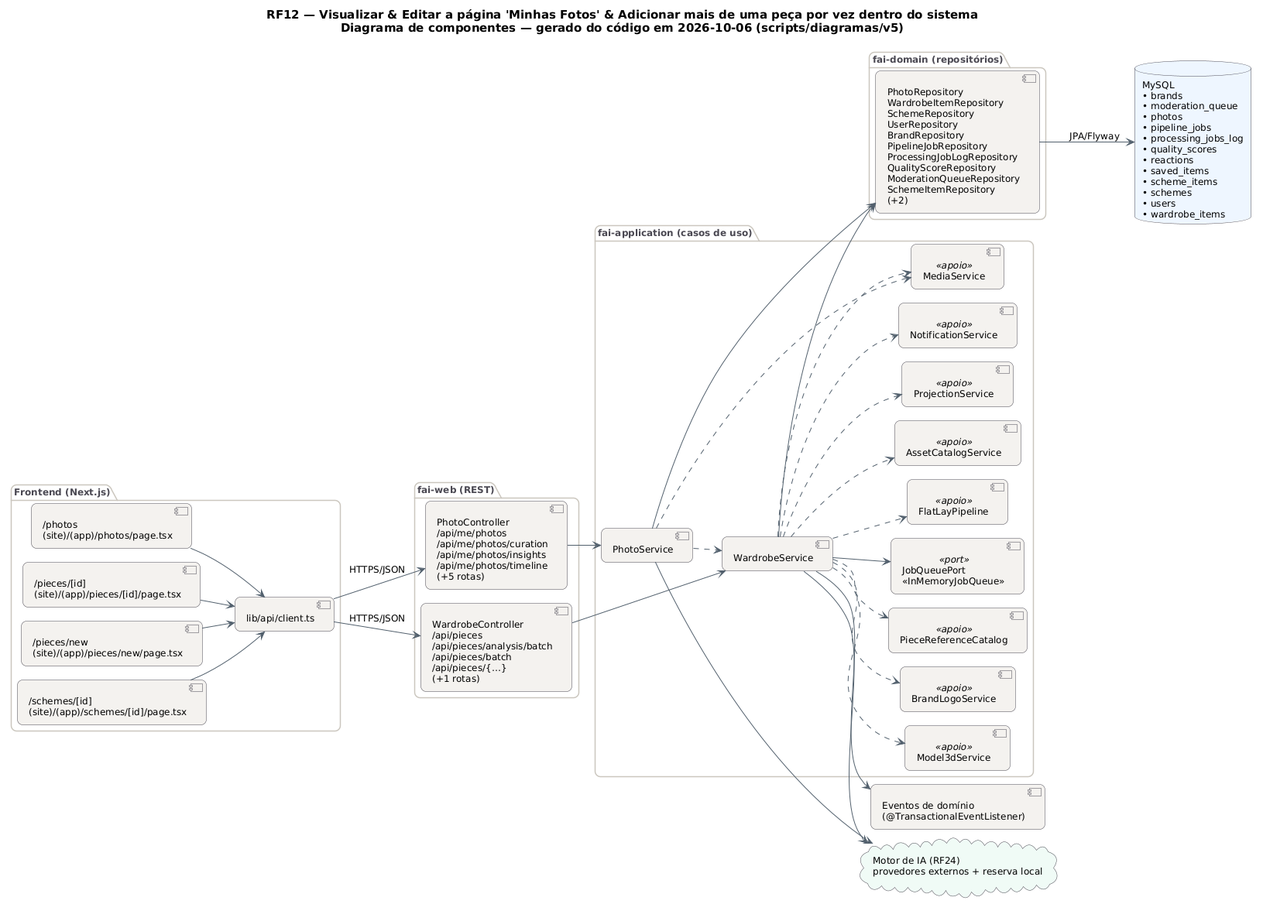
This is docs/diagramas/RF12/RF12_Componentes.png from MatheusHaliski/tcc-2026-fashion-ai-backend, a PlantUML export, as it was before one commit.
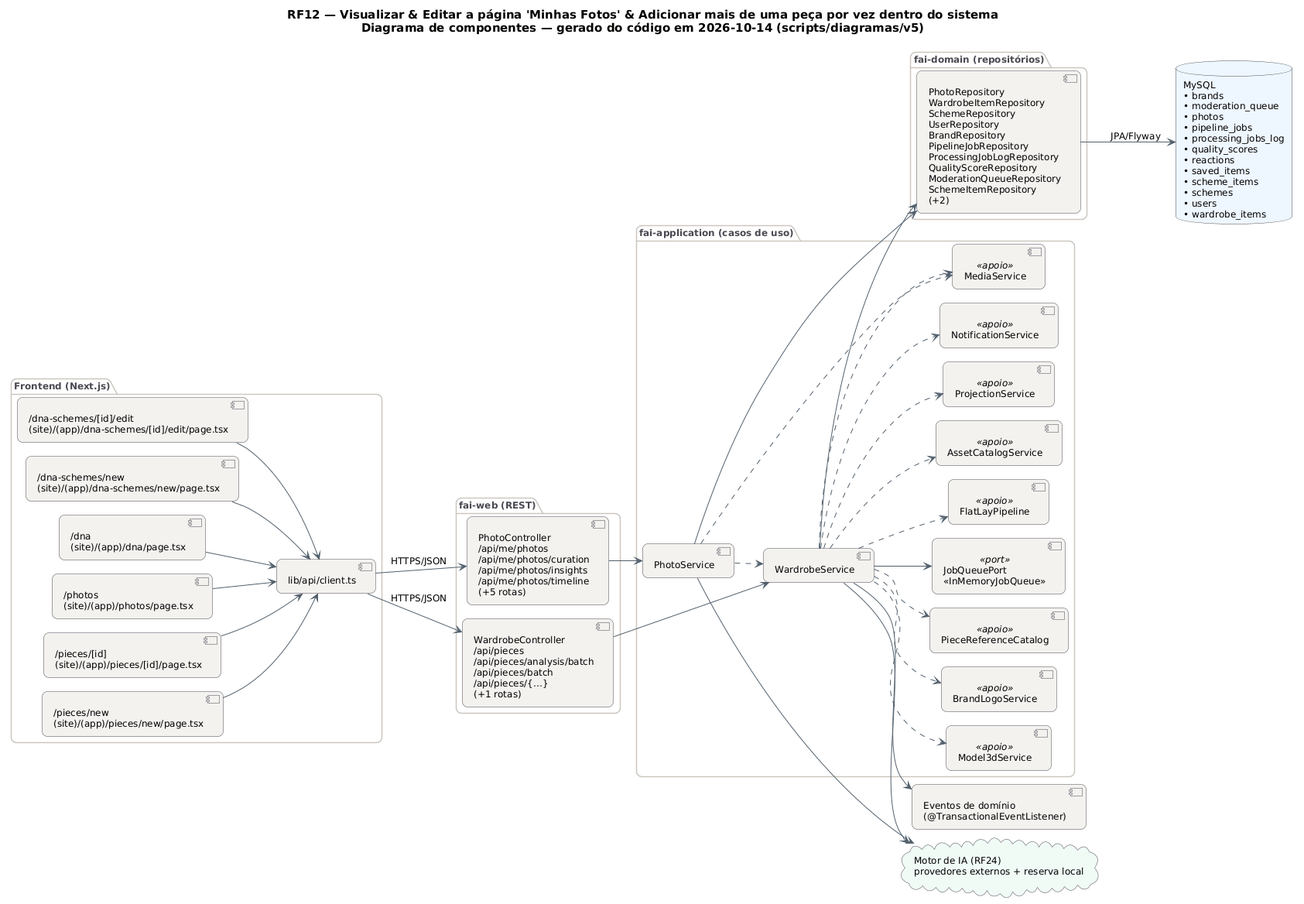
The same file after the commit.

The edit, as a diff of the source:
```diff
@@ -29,13 +29,15 @@
   BorderColor #4A4852
 }
 left to right direction
-title RF12 — Visualizar & Editar a página 'Minhas Fotos' & Adicionar mais de uma peça por vez dentro do sistema\nDiagrama de componentes — gerado do código em 2026-10-06 (scripts/diagramas/v5)
+title RF12 — Visualizar & Editar a página 'Minhas Fotos' & Adicionar mais de uma peça por vez dentro do sistema\nDiagrama de componentes — gerado do código em 2026-10-14 (scripts/diagramas/v5)
 
 package "Frontend (Next.js)" {
-  component "/photos\n(site)/(app)/photos/page.tsx" as FE0
-  component "/pieces/[id]\n(site)/(app)/pieces/[id]/page.tsx" as FE1
-  component "/pieces/new\n(site)/(app)/pieces/new/page.tsx" as FE2
-  component "/schemes/[id]\n(site)/(app)/schemes/[id]/page.tsx" as FE3
+  component "/dna-schemes/[id]/edit\n(site)/(app)/dna-schemes/[id]/edit/page.tsx" as FE0
+  component "/dna-schemes/new\n(site)/(app)/dna-schemes/new/page.tsx" as FE1
+  component "/dna\n(site)/(app)/dna/page.tsx" as FE2
+  component "/photos\n(site)/(app)/photos/page.tsx" as FE3
+  component "/pieces/[id]\n(site)/(app)/pieces/[id]/page.tsx" as FE4
+  component "/pieces/new\n(site)/(app)/pieces/new/page.tsx" as FE5
   component "lib/api/client.ts" as APIC
 }
 package "fai-web (REST)" {
@@ -67,6 +69,8 @@
 FE1 --> APIC
 FE2 --> APIC
 FE3 --> APIC
+FE4 --> APIC
+FE5 --> APIC
 PhotoController --> PhotoService
 PhotoService --> AI
 PhotoService --> REPO_MySQL
```
